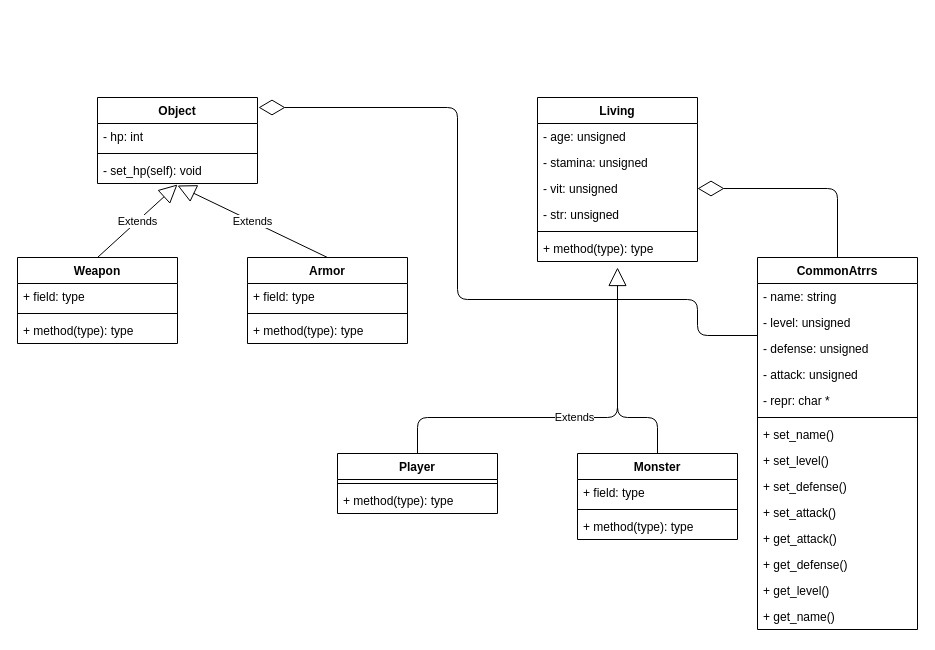
Earlier version of the draw.io diagram page "General Overview" (1 of 2) of init_design.drawio (djose1164/inmortal-will). Source tidied: cells renumbered, new cells numbered last; positions are measured from the earlier drawing's top-left corner, leaving out a move shared by most shapes. Both pictures are drawn from the tidied source at 100%, with x=0, y=0 at pixel (17, 97).
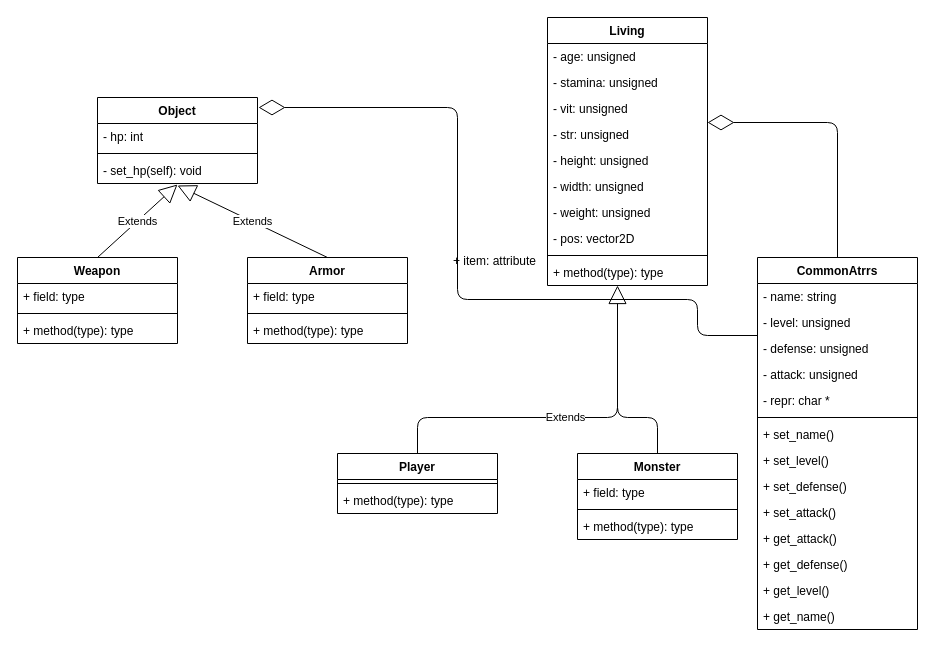
The same page after the edit.

The change refers to these unchanged cells:
```xml
<mxCell id="6" value="Player" style="swimlane;fontStyle=1;align=center;verticalAlign=top;horizontal=1;startSize=26;" parent="1" vertex="1">
  <mxGeometry x="320" y="356" width="160" height="60" as="geometry" />
</mxCell>
<mxCell id="14" value="- vit: unsigned" style="text;strokeColor=none;fillColor=none;align=left;verticalAlign=top;spacingLeft=4;spacingRight=4;overflow=hidden;points=[[0,0.5],[1,0.5]];portConstraint=eastwest;" parent="11" vertex="1">
  <mxGeometry y="78" width="160" height="26" as="geometry" />
</mxCell>
<mxCell id="15" value="- str: unsigned" style="text;strokeColor=none;fillColor=none;align=left;verticalAlign=top;spacingLeft=4;spacingRight=4;overflow=hidden;points=[[0,0.5],[1,0.5]];portConstraint=eastwest;" parent="11" vertex="1">
  <mxGeometry y="104" width="160" height="26" as="geometry" />
</mxCell>
<mxCell id="18" value="CommonAtrrs&#10;" style="swimlane;fontStyle=1;align=center;verticalAlign=top;horizontal=1;startSize=26;" parent="1" vertex="1">
  <mxGeometry x="740" y="160" width="160" height="372" as="geometry" />
</mxCell>
```

The edit, as a diff of the source:
```diff
@@
-    <mxCell id="10" value="Extends" style="endArrow=block;endSize=16;endFill=0;html=1;exitX=0.5;exitY=0;exitDx=0;exitDy=0;edgeStyle=orthogonalEdgeStyle;entryX=0.5;entryY=1.231;entryDx=0;entryDy=0;entryPerimeter=0;" parent="1" edge="1" source="6" target="17">
+    <mxCell id="10" value="Extends" style="endArrow=block;endSize=16;endFill=0;html=1;exitX=0.5;exitY=0;exitDx=0;exitDy=0;edgeStyle=orthogonalEdgeStyle;" parent="1" edge="1" source="6" target="17">
       <mxGeometry relative="1" as="geometry">
         <Array as="points">
           <mxPoint x="400" y="320" />
           <mxPoint x="600" y="320" />
         </Array>
       </mxGeometry>
     </mxCell>
     <mxCell id="11" value="Living" style="swimlane;fontStyle=1;align=center;verticalAlign=top;horizontal=1;startSize=26;" parent="1" vertex="1">
-      <mxGeometry x="520" width="160" height="164" as="geometry" />
+      <mxGeometry x="530" y="-80" width="160" height="268" as="geometry" />
     </mxCell>
@@
+    <mxCell id="49" value="- height: unsigned" style="text;strokeColor=none;fillColor=none;align=left;verticalAlign=top;spacingLeft=4;spacingRight=4;overflow=hidden;" parent="11" vertex="1">
+      <mxGeometry y="130" width="160" height="26" as="geometry" />
+    </mxCell>
+    <mxCell id="50" value="- width: unsigned" style="text;strokeColor=none;fillColor=none;align=left;verticalAlign=top;spacingLeft=4;spacingRight=4;overflow=hidden;" parent="11" vertex="1">
+      <mxGeometry y="156" width="160" height="26" as="geometry" />
+    </mxCell>
+    <mxCell id="51" value="- weight: unsigned" style="text;strokeColor=none;fillColor=none;align=left;verticalAlign=top;spacingLeft=4;spacingRight=4;overflow=hidden;" parent="11" vertex="1">
+      <mxGeometry y="182" width="160" height="26" as="geometry" />
+    </mxCell>
+    <mxCell id="52" value="- pos: vector2D" style="text;strokeColor=none;fillColor=none;align=left;verticalAlign=top;spacingLeft=4;spacingRight=4;overflow=hidden;" parent="11" vertex="1">
+      <mxGeometry y="208" width="160" height="26" as="geometry" />
+    </mxCell>
     <mxCell id="16" style="line;strokeWidth=1;fillColor=none;align=left;verticalAlign=middle;spacingTop=-1;spacingLeft=3;spacingRight=3;labelPosition=right;" parent="11" vertex="1">
-      <mxGeometry y="130" width="160" height="8" as="geometry" />
+      <mxGeometry y="234" width="160" height="8" as="geometry" />
     </mxCell>
     <mxCell id="17" value="+ method(type): type" style="text;strokeColor=none;fillColor=none;align=left;verticalAlign=top;spacingLeft=4;spacingRight=4;overflow=hidden;points=[[0,0.5],[1,0.5]];portConstraint=eastwest;" parent="11" vertex="1">
-      <mxGeometry y="138" width="160" height="26" as="geometry" />
+      <mxGeometry y="242" width="160" height="26" as="geometry" />
     </mxCell>
@@
-    <mxCell id="33" style="endArrow=diamondThin;endFill=0;endSize=24;html=1;exitX=0.5;exitY=0;exitDx=0;exitDy=0;entryX=1;entryY=0.5;entryDx=0;entryDy=0;edgeStyle=orthogonalEdgeStyle;" parent="1" edge="1" source="18" target="14">
+    <mxCell id="33" style="endArrow=diamondThin;endFill=0;endSize=24;html=1;exitX=0.5;exitY=0;exitDx=0;exitDy=0;edgeStyle=orthogonalEdgeStyle;" parent="1" edge="1" source="18" target="15">
       <mxGeometry relative="1" as="geometry">
         <Array as="points">
-          <mxPoint x="820" y="91" />
+          <mxPoint x="820" y="25" />
         </Array>
       </mxGeometry>
     </mxCell>
@@
+    <mxCell id="53" value="+ item: attribute" style="text;strokeColor=none;fillColor=none;align=left;verticalAlign=top;spacingLeft=4;spacingRight=4;overflow=hidden;" parent="1" vertex="1">
+      <mxGeometry x="430" y="150" width="100" height="26" as="geometry" />
+    </mxCell>
```
